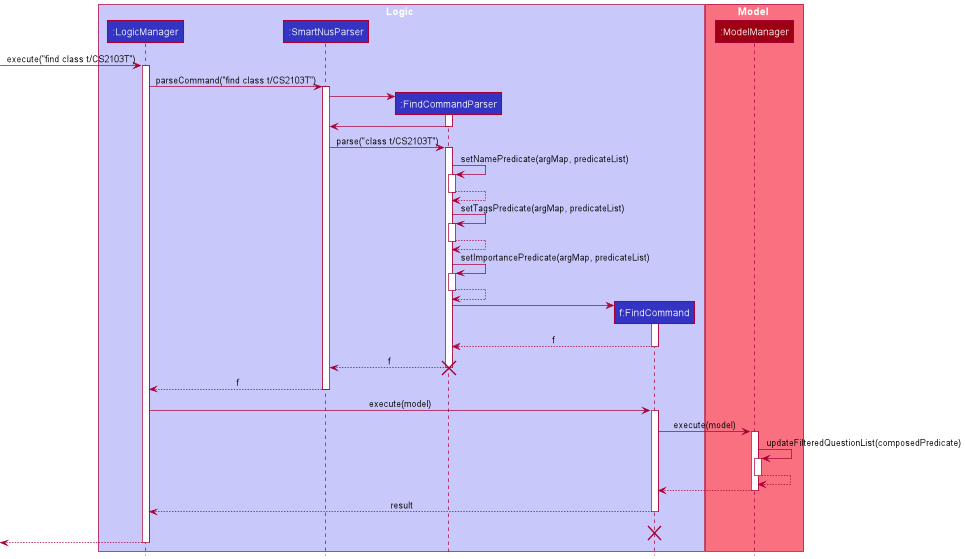
The PlantUML diagram docs/images/developer-guide/FindSequenceDiagram.png in ryanpeh/SmartNUS, before a commit. The source it was exported from:
```plantuml
@startuml
!include style.puml

box Logic LOGIC_COLOR_T1
participant ":LogicManager" as LogicManager LOGIC_COLOR
participant ":SmartNusParser" as SmartNusParser LOGIC_COLOR
participant ":FindCommandParser" as FindCommandParser LOGIC_COLOR
participant "f:FindCommand" as FindCommand LOGIC_COLOR
end box

box Model MODEL_COLOR_T1
participant ":ModelManager" as ModelManager MODEL_COLOR
end box

[-> LogicManager : execute("find class t/CS2103T")
activate LogicManager

LogicManager -> SmartNusParser : parseCommand("find class t/CS2103T")
activate SmartNusParser

create FindCommandParser
SmartNusParser -> FindCommandParser
activate FindCommandParser
FindCommandParser -> SmartNusParser
deactivate FindCommandParser

SmartNusParser -> FindCommandParser : parse("class t/CS2103T")

activate FindCommandParser

FindCommandParser -> FindCommandParser : setNamePredicate(argMap, predicateList)
activate FindCommandParser
FindCommandParser --> FindCommandParser
deactivate FindCommandParser

FindCommandParser -> FindCommandParser : setTagsPredicate(argMap, predicateList)
activate FindCommandParser
FindCommandParser --> FindCommandParser
deactivate FindCommandParser

FindCommandParser -> FindCommandParser : setImportancePredicate(argMap, predicateList)
activate FindCommandParser
FindCommandParser --> FindCommandParser
deactivate FindCommandParser

create FindCommand
FindCommandParser -> FindCommand
activate FindCommand

FindCommand --> FindCommandParser : f
deactivate FindCommand

FindCommandParser --> SmartNusParser : f
deactivate FindCommandParser

destroy FindCommandParser

SmartNusParser --> LogicManager : f
deactivate SmartNusParser

LogicManager -> FindCommand : execute(model)
activate FindCommand

FindCommand -> ModelManager : execute(model)
activate ModelManager

ModelManager -> ModelManager : updateFilteredQuestionList(composedPredicate)
activate ModelManager
ModelManager --> ModelManager
deactivate ModelManager
ModelManager --> FindCommand
deactivate ModelManager


FindCommand --> LogicManager : result
deactivate FindCommand
FindCommand -[hidden]-> LogicManager : result
destroy FindCommand

[<--LogicManager
deactivate LogicManager
@enduml
```
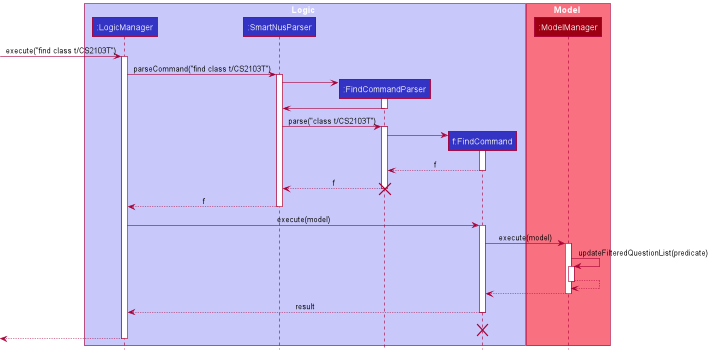
The same file after the commit.

Commit message:
update dg find sequence diagram

Change to the diagram source:
```diff
@@ -28,20 +28,6 @@
 
 activate FindCommandParser
 
-FindCommandParser -> FindCommandParser : setNamePredicate(argMap, predicateList)
-activate FindCommandParser
-FindCommandParser --> FindCommandParser
-deactivate FindCommandParser
-
-FindCommandParser -> FindCommandParser : setTagsPredicate(argMap, predicateList)
-activate FindCommandParser
-FindCommandParser --> FindCommandParser
-deactivate FindCommandParser
-
-FindCommandParser -> FindCommandParser : setImportancePredicate(argMap, predicateList)
-activate FindCommandParser
-FindCommandParser --> FindCommandParser
-deactivate FindCommandParser
 
 create FindCommand
 FindCommandParser -> FindCommand
@@ -64,7 +50,7 @@
 FindCommand -> ModelManager : execute(model)
 activate ModelManager
 
-ModelManager -> ModelManager : updateFilteredQuestionList(composedPredicate)
+ModelManager -> ModelManager : updateFilteredQuestionList(predicate)
 activate ModelManager
 ModelManager --> ModelManager
 deactivate ModelManager
```
